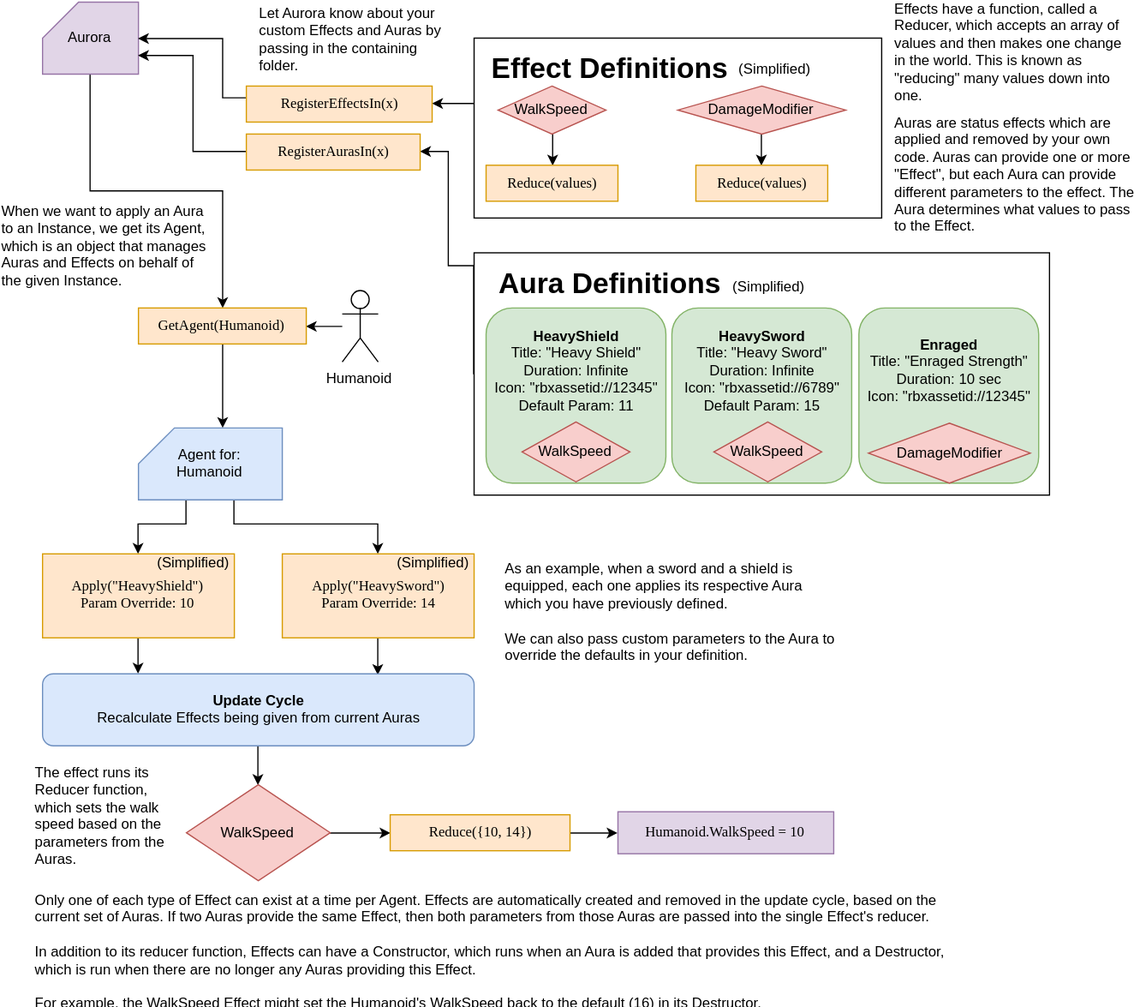
This is assets/Diagram.svg from evaera/Aurora, a draw.io export, as it was before one commit. Source tidied: cells renumbered, new cells last; positions are measured from the earlier drawing's top-left corner, leaving out a move shared by most shapes.
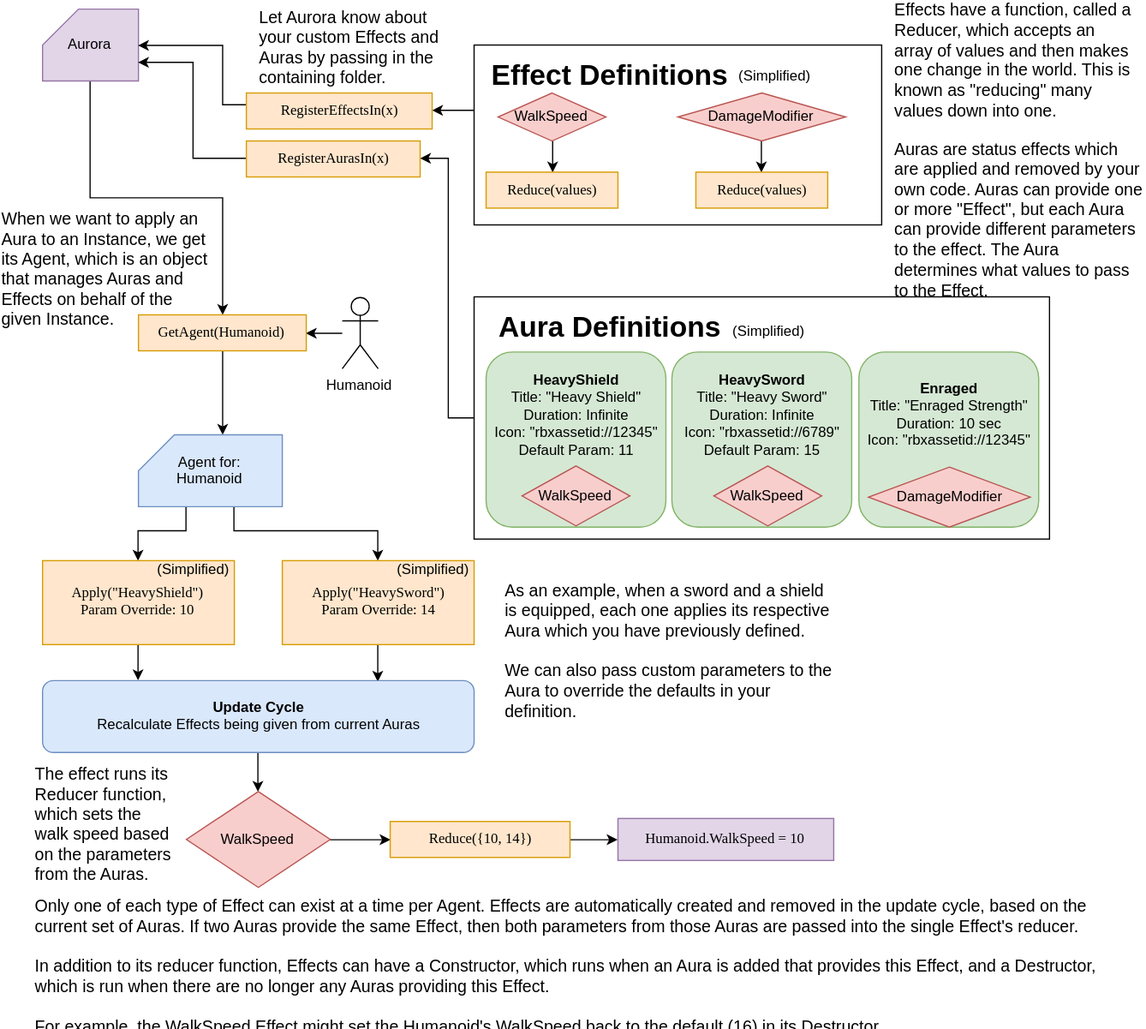
The same diagram one commit later.

Commit message:
Increase diagram font size

Diff of the diagram source:
```diff
@@ -26,19 +26,18 @@
       <mxGeometry x="115" y="255" width="140" height="30" as="geometry" />
     </mxCell>
     <mxCell id="8" style="rounded=0;whiteSpace=wrap;html=1;gradientColor=none;fillColor=none;" parent="1" vertex="1">
-      <mxGeometry x="395" y="209" width="480" height="202" as="geometry" />
+      <mxGeometry x="395" y="240" width="480" height="202" as="geometry" />
     </mxCell>
     <mxCell id="9" style="edgeStyle=orthogonalEdgeStyle;rounded=0;html=1;entryX=1;entryY=0.5;jettySize=auto;exitX=0;exitY=0.5;" parent="1" edge="1" source="8" target="19">
       <mxGeometry relative="1" as="geometry">
         <Array as="points">
-          <mxPoint x="395" y="220" />
-          <mxPoint x="373" y="220" />
+          <mxPoint x="373" y="341" />
           <mxPoint x="373" y="125" />
         </Array>
       </mxGeometry>
     </mxCell>
     <mxCell id="10" value="&lt;h1&gt;Aura Definitions&lt;/h1&gt;" style="text;html=1;strokeColor=none;fillColor=none;align=center;verticalAlign=middle;whiteSpace=wrap;rounded=0;" parent="1" vertex="1">
-      <mxGeometry x="405" y="218.5" width="205" height="30" as="geometry" />
+      <mxGeometry x="405" y="249.5" width="205" height="30" as="geometry" />
     </mxCell>
     <mxCell id="11" style="edgeStyle=orthogonalEdgeStyle;rounded=0;html=1;jettySize=auto;" parent="1" edge="1" source="12" target="21">
       <mxGeometry relative="1" as="geometry">
@@ -130,20 +129,20 @@
     <mxCell id="33" value="&lt;font face=&quot;Lucida Console&quot;&gt;Humanoid.WalkSpeed = 10&lt;/font&gt;" style="rounded=0;whiteSpace=wrap;html=1;fillColor=#e1d5e7;strokeColor=#9673a6;" parent="1" vertex="1">
       <mxGeometry x="515" y="675" width="180" height="35" as="geometry" />
     </mxCell>
-    <mxCell id="34" value="&lt;div style=&quot;text-align: left&quot;&gt;&lt;span&gt;The effect runs its Reducer function, which sets the walk speed based on the parameters from the Auras.&lt;/span&gt;&lt;/div&gt;" style="text;html=1;strokeColor=none;fillColor=none;align=center;verticalAlign=middle;whiteSpace=wrap;rounded=0;" parent="1" vertex="1">
+    <mxCell id="34" value="&lt;div style=&quot;text-align: left&quot;&gt;&lt;span&gt;&lt;font style=&quot;font-size: 14px&quot;&gt;The effect runs its Reducer function, which sets the walk speed based on the parameters from the Auras.&lt;/font&gt;&lt;/span&gt;&lt;/div&gt;" style="text;html=1;strokeColor=none;fillColor=none;align=center;verticalAlign=middle;whiteSpace=wrap;rounded=0;" parent="1" vertex="1">
       <mxGeometry x="27.5" y="634" width="120" height="87" as="geometry" />
     </mxCell>
-    <mxCell id="35" value="&lt;div style=&quot;text-align: left&quot;&gt;As an example, when a sword and a shield is equipped, each one applies its respective Aura which you have previously defined.&lt;/div&gt;&lt;div style=&quot;text-align: left&quot;&gt;&lt;br&gt;&lt;/div&gt;&lt;div style=&quot;text-align: left&quot;&gt;We can also pass custom parameters to the Aura to override the defaults in your definition.&lt;/div&gt;" style="text;html=1;strokeColor=none;fillColor=none;align=center;verticalAlign=middle;whiteSpace=wrap;rounded=0;" parent="1" vertex="1">
-      <mxGeometry x="420" y="453" width="280" height="107" as="geometry" />
+    <mxCell id="35" value="&lt;div style=&quot;text-align: left ; font-size: 14px&quot;&gt;&lt;font style=&quot;font-size: 14px&quot;&gt;As an example, when a sword and a shield is equipped, each one applies its respective Aura which you have previously defined.&lt;/font&gt;&lt;/div&gt;&lt;div style=&quot;text-align: left ; font-size: 14px&quot;&gt;&lt;font style=&quot;font-size: 14px&quot;&gt;&lt;br&gt;&lt;/font&gt;&lt;/div&gt;&lt;div style=&quot;text-align: left ; font-size: 14px&quot;&gt;&lt;font style=&quot;font-size: 14px&quot;&gt;We can also pass custom parameters to the Aura to override the defaults in your definition.&lt;/font&gt;&lt;/div&gt;" style="text;html=1;strokeColor=none;fillColor=none;align=center;verticalAlign=middle;whiteSpace=wrap;rounded=0;" parent="1" vertex="1">
+      <mxGeometry x="420" y="467" width="280" height="130" as="geometry" />
     </mxCell>
-    <mxCell id="36" value="&lt;div style=&quot;text-align: left&quot;&gt;Effects have a function, called a Reducer, which accepts an array of values and then makes one change in the world. This is known as &quot;reducing&quot; many values down into one.&lt;/div&gt;" style="text;html=1;strokeColor=none;fillColor=none;align=center;verticalAlign=middle;whiteSpace=wrap;rounded=0;" parent="1" vertex="1">
+    <mxCell id="36" value="&lt;div style=&quot;text-align: left&quot;&gt;&lt;font style=&quot;font-size: 14px&quot;&gt;Effects have a function, called a Reducer, which accepts an array of values and then makes one change in the world. This is known as &quot;reducing&quot; many values down into one.&lt;/font&gt;&lt;/div&gt;" style="text;html=1;strokeColor=none;fillColor=none;align=center;verticalAlign=middle;whiteSpace=wrap;rounded=0;" parent="1" vertex="1">
       <mxGeometry x="745" y="3" width="200" height="74" as="geometry" />
     </mxCell>
-    <mxCell id="37" value="&lt;div style=&quot;text-align: left&quot;&gt;Auras are status effects which are applied and removed by your own code. Auras can provide one or more &quot;Effect&quot;, but each Aura can provide different parameters to the effect. The Aura determines what values to pass to the Effect.&lt;/div&gt;" style="text;html=1;strokeColor=none;fillColor=none;align=center;verticalAlign=middle;whiteSpace=wrap;rounded=0;" parent="1" vertex="1">
-      <mxGeometry x="745" y="90" width="210" height="104" as="geometry" />
+    <mxCell id="37" value="&lt;div style=&quot;text-align: left&quot;&gt;&lt;font style=&quot;font-size: 14px&quot;&gt;Auras are status effects which are applied and removed by your own code. Auras can provide one or more &quot;Effect&quot;, but each Aura can provide different parameters to the effect. The Aura determines what values to pass to the Effect.&lt;/font&gt;&lt;/div&gt;" style="text;html=1;strokeColor=none;fillColor=none;align=center;verticalAlign=middle;whiteSpace=wrap;rounded=0;" parent="1" vertex="1">
+      <mxGeometry x="745" y="107" width="210" height="130" as="geometry" />
     </mxCell>
-    <mxCell id="38" value="&lt;div style=&quot;text-align: left&quot;&gt;When we want to apply an Aura to an Instance, we get its Agent, which is an object that manages Auras and Effects on behalf of the given Instance.&lt;/div&gt;" style="text;html=1;strokeColor=none;fillColor=none;align=center;verticalAlign=middle;whiteSpace=wrap;rounded=0;" parent="1" vertex="1">
-      <mxGeometry y="160" width="175" height="84" as="geometry" />
+    <mxCell id="38" value="&lt;div style=&quot;text-align: left&quot;&gt;&lt;font style=&quot;font-size: 14px&quot;&gt;When we want to apply an Aura to an Instance, we get its Agent, which is an object that manages Auras and Effects on behalf of the given Instance.&lt;/font&gt;&lt;/div&gt;" style="text;html=1;strokeColor=none;fillColor=none;align=center;verticalAlign=middle;whiteSpace=wrap;rounded=0;" parent="1" vertex="1">
+      <mxGeometry y="172" width="175" height="84" as="geometry" />
     </mxCell>
     <mxCell id="39" value="&lt;h4&gt;&lt;code&gt;&lt;font face=&quot;Lucida Console&quot; style=&quot;font-weight: normal&quot;&gt;Reduce(values)&lt;/font&gt;&lt;/code&gt;&lt;/h4&gt;" style="rounded=0;whiteSpace=wrap;html=1;fillColor=#ffe6cc;strokeColor=#d79b00;" parent="1" vertex="1">
       <mxGeometry x="405" y="136" width="110" height="30" as="geometry" />
@@ -152,16 +151,16 @@
       <mxGeometry x="580" y="136" width="110" height="30" as="geometry" />
     </mxCell>
     <mxCell id="41" value="&lt;b&gt;HeavyShield&lt;br&gt;&lt;/b&gt;&lt;span&gt;Title: &quot;Heavy Shield&quot;&lt;/span&gt;&lt;br&gt;&lt;span&gt;Duration: Infinite&lt;/span&gt;&lt;br&gt;&lt;span&gt;Icon: &quot;rbxassetid://12345&quot;&lt;br&gt;Default Param: 11&lt;br&gt;&lt;br&gt;&lt;br&gt;&lt;br&gt;&lt;/span&gt;" style="rounded=1;whiteSpace=wrap;html=1;fillColor=#d5e8d4;strokeColor=#82b366;" parent="1" vertex="1">
-      <mxGeometry x="405" y="255" width="150" height="146" as="geometry" />
+      <mxGeometry x="405" y="286" width="150" height="146" as="geometry" />
     </mxCell>
     <mxCell id="42" value="&lt;b&gt;Enraged&lt;br&gt;&lt;/b&gt;Title: &quot;Enraged Strength&quot;&lt;br&gt;Duration: 10 sec&lt;br&gt;Icon: &quot;rbxassetid://12345&quot;&lt;br&gt;&lt;br&gt;&lt;br&gt;&lt;br&gt;" style="rounded=1;whiteSpace=wrap;html=1;fillColor=#d5e8d4;strokeColor=#82b366;" parent="1" vertex="1">
-      <mxGeometry x="716" y="255" width="150" height="146" as="geometry" />
+      <mxGeometry x="716" y="286" width="150" height="146" as="geometry" />
     </mxCell>
     <mxCell id="43" value="WalkSpeed" style="rhombus;whiteSpace=wrap;html=1;fillColor=#f8cecc;strokeColor=#b85450;" parent="1" vertex="1">
-      <mxGeometry x="435" y="350" width="90" height="50" as="geometry" />
+      <mxGeometry x="435" y="381" width="90" height="50" as="geometry" />
     </mxCell>
     <mxCell id="44" value="DamageModifier" style="rhombus;whiteSpace=wrap;html=1;fillColor=#f8cecc;strokeColor=#b85450;" parent="1" vertex="1">
-      <mxGeometry x="724" y="351" width="135" height="50" as="geometry" />
+      <mxGeometry x="724" y="382" width="135" height="50" as="geometry" />
     </mxCell>
     <mxCell id="45" style="edgeStyle=orthogonalEdgeStyle;rounded=0;html=1;entryX=0;entryY=0.5;jettySize=auto;" parent="1" edge="1" source="46" target="33">
       <mxGeometry relative="1" as="geometry" />
@@ -169,20 +168,20 @@
     <mxCell id="46" value="&lt;h4&gt;&lt;code&gt;&lt;font face=&quot;Lucida Console&quot; style=&quot;font-weight: normal&quot;&gt;Reduce({10, 14})&lt;/font&gt;&lt;/code&gt;&lt;/h4&gt;" style="rounded=0;whiteSpace=wrap;html=1;fillColor=#ffe6cc;strokeColor=#d79b00;" parent="1" vertex="1">
       <mxGeometry x="325" y="677.5" width="150" height="30" as="geometry" />
     </mxCell>
-    <mxCell id="47" value="&lt;div style=&quot;text-align: left&quot;&gt;Let Aurora know about your custom Effects and Auras by passing in the containing folder.&lt;/div&gt;" style="text;html=1;strokeColor=none;fillColor=none;align=center;verticalAlign=middle;whiteSpace=wrap;rounded=0;" parent="1" vertex="1">
+    <mxCell id="47" value="&lt;div style=&quot;text-align: left&quot;&gt;&lt;font style=&quot;font-size: 14px&quot;&gt;Let Aurora know about your custom Effects and Auras by passing in the containing folder.&lt;/font&gt;&lt;/div&gt;" style="text;html=1;strokeColor=none;fillColor=none;align=center;verticalAlign=middle;whiteSpace=wrap;rounded=0;" parent="1" vertex="1">
       <mxGeometry x="215" y="1" width="160" height="58" as="geometry" />
     </mxCell>
-    <mxCell id="48" value="&lt;div style=&quot;text-align: left&quot;&gt;Only one of each type of Effect can exist at a time per Agent. Effects are automatically created and removed in the update cycle, based on the current set of Auras. If two Auras provide the same Effect, then both parameters from those Auras are passed into the single Effect's reducer.&lt;/div&gt;&lt;div style=&quot;text-align: left&quot;&gt;&lt;br&gt;&lt;/div&gt;&lt;div style=&quot;text-align: left&quot;&gt;In addition to its reducer function, Effects can have a Constructor, which runs when an Aura is added that provides this Effect, and a Destructor, which is run when there are no longer any Auras providing this Effect.&lt;/div&gt;&lt;div style=&quot;text-align: left&quot;&gt;&lt;span&gt;&lt;br&gt;&lt;/span&gt;&lt;/div&gt;&lt;div style=&quot;text-align: left&quot;&gt;&lt;span&gt;For example, the WalkSpeed Effect might set the Humanoid's WalkSpeed back to the default (16) in its Destructor.&lt;/span&gt;&lt;br&gt;&lt;/div&gt;" style="text;html=1;strokeColor=none;fillColor=none;align=center;verticalAlign=middle;whiteSpace=wrap;rounded=0;" parent="1" vertex="1">
-      <mxGeometry x="28" y="750" width="777" height="80" as="geometry" />
+    <mxCell id="48" value="&lt;div style=&quot;text-align: left ; font-size: 14px&quot;&gt;&lt;font style=&quot;font-size: 14px&quot;&gt;Only one of each type of Effect can exist at a time per Agent. Effects are automatically created and removed in the update cycle, based on the current set of Auras. If two Auras provide the same Effect, then both parameters from those Auras are passed into the single Effect's reducer.&lt;/font&gt;&lt;/div&gt;&lt;div style=&quot;text-align: left ; font-size: 14px&quot;&gt;&lt;font style=&quot;font-size: 14px&quot;&gt;&lt;br&gt;&lt;/font&gt;&lt;/div&gt;&lt;div style=&quot;text-align: left ; font-size: 14px&quot;&gt;&lt;font style=&quot;font-size: 14px&quot;&gt;In addition to its reducer function, Effects can have a Constructor, which runs when an Aura is added that provides this Effect, and a Destructor, which is run when there are no longer any Auras providing this Effect.&lt;/font&gt;&lt;/div&gt;&lt;div style=&quot;text-align: left ; font-size: 14px&quot;&gt;&lt;span&gt;&lt;font style=&quot;font-size: 14px&quot;&gt;&lt;br&gt;&lt;/font&gt;&lt;/span&gt;&lt;/div&gt;&lt;div style=&quot;text-align: left ; font-size: 14px&quot;&gt;&lt;font style=&quot;font-size: 14px&quot;&gt;For example, the WalkSpeed Effect might set the Humanoid's WalkSpeed back to the default (16) in its Destructor.&lt;/font&gt;&lt;br&gt;&lt;/div&gt;" style="text;html=1;strokeColor=none;fillColor=none;align=center;verticalAlign=middle;whiteSpace=wrap;rounded=0;" parent="1" vertex="1">
+      <mxGeometry x="28" y="740" width="897" height="110" as="geometry" />
     </mxCell>
     <mxCell id="49" value="&lt;b&gt;HeavySword&lt;br&gt;&lt;/b&gt;&lt;span&gt;Title: &quot;Heavy Sword&quot;&lt;/span&gt;&lt;br&gt;&lt;span&gt;Duration: Infinite&lt;/span&gt;&lt;br&gt;&lt;span&gt;Icon: &quot;rbxassetid://6789&quot;&lt;br&gt;Default Param: 15&lt;br&gt;&lt;br&gt;&lt;br&gt;&lt;br&gt;&lt;/span&gt;" style="rounded=1;whiteSpace=wrap;html=1;fillColor=#d5e8d4;strokeColor=#82b366;" parent="1" vertex="1">
-      <mxGeometry x="560" y="255" width="150" height="146" as="geometry" />
+      <mxGeometry x="560" y="286" width="150" height="146" as="geometry" />
     </mxCell>
     <mxCell id="50" value="WalkSpeed" style="rhombus;whiteSpace=wrap;html=1;fillColor=#f8cecc;strokeColor=#b85450;" parent="1" vertex="1">
-      <mxGeometry x="595" y="350" width="90" height="50" as="geometry" />
+      <mxGeometry x="595" y="381" width="90" height="50" as="geometry" />
     </mxCell>
     <mxCell id="51" value="(Simplified)" style="text;html=1;strokeColor=none;fillColor=none;align=center;verticalAlign=middle;whiteSpace=wrap;rounded=0;" parent="1" vertex="1">
-      <mxGeometry x="605" y="230" width="70" height="14" as="geometry" />
+      <mxGeometry x="605" y="261" width="70" height="14" as="geometry" />
     </mxCell>
     <mxCell id="52" value="(Simplified)" style="text;html=1;strokeColor=none;fillColor=none;align=center;verticalAlign=middle;whiteSpace=wrap;rounded=0;" parent="1" vertex="1">
       <mxGeometry x="610" y="48" width="70" height="14" as="geometry" />
```
